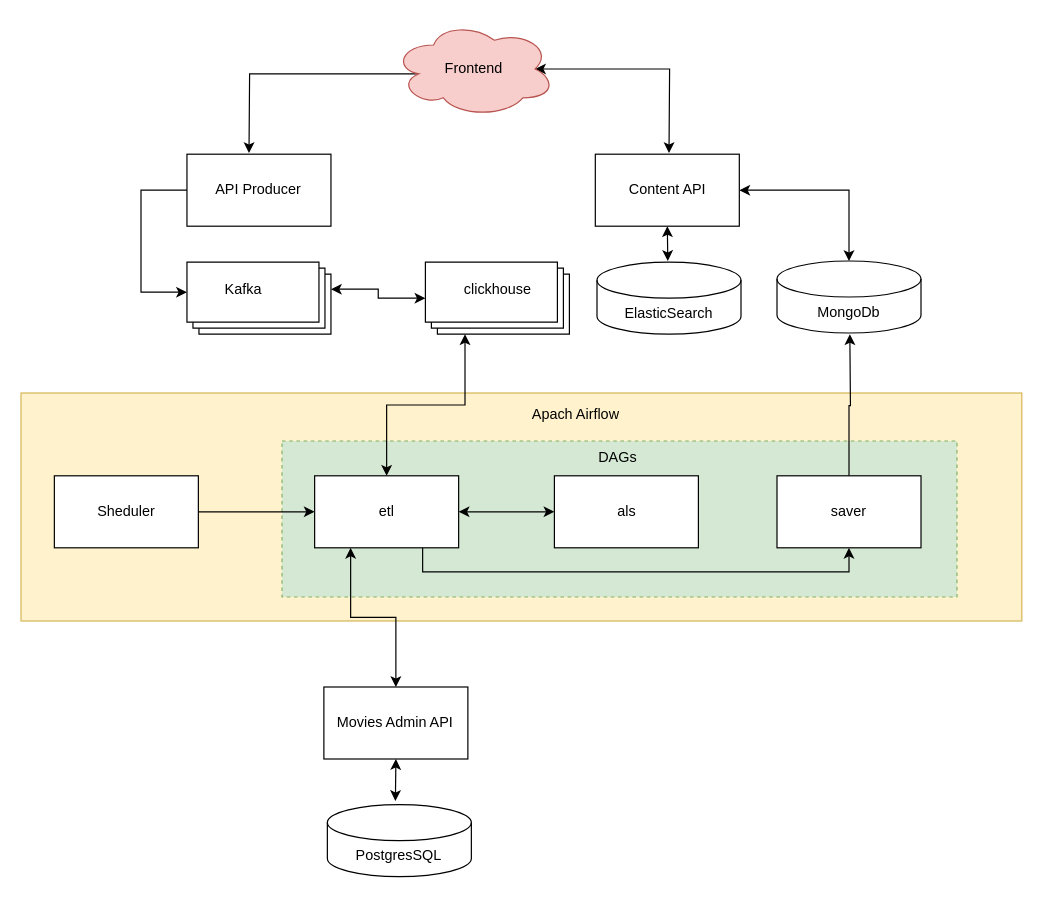
Before: schemas/common_schema.drawio in xh4vm/graduate_work, a draw.io diagram. Source tidied: cells renumbered, new cells numbered last; positions are measured from the earlier drawing's top-left corner, leaving out a move shared by most shapes. Both pictures are drawn from the tidied source at 120%, with x=0, y=0 at pixel (20, 20).
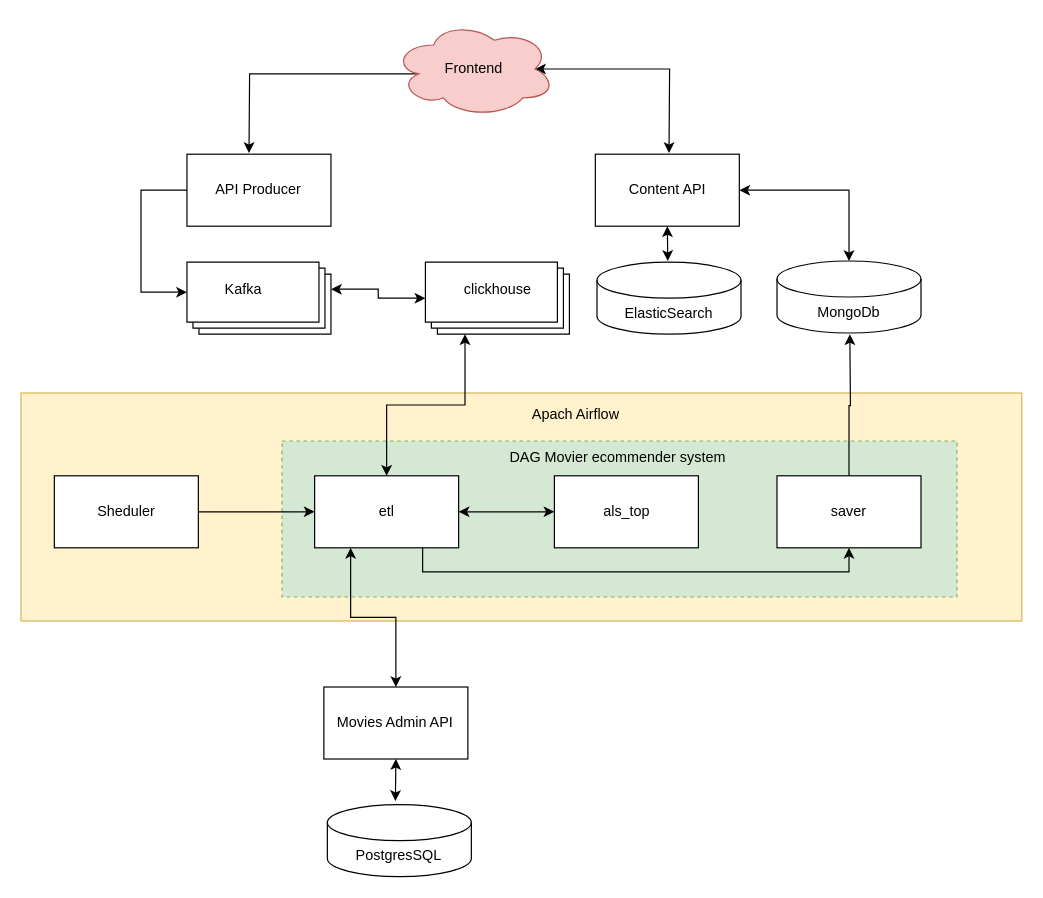
The same page after the edit.

The edit, as a diff of the source:
```diff
@@
-    <mxCell id="27" value="als" style="rounded=0;whiteSpace=wrap;html=1;" parent="1" vertex="1">
+    <mxCell id="27" value="als_top" style="rounded=0;whiteSpace=wrap;html=1;" parent="1" vertex="1">
       <mxGeometry x="444.5" y="379" width="120" height="60" as="geometry" />
     </mxCell>
-    <mxCell id="28" value="DAGs" style="text;html=1;align=center;verticalAlign=middle;strokeColor=none;fillColor=none;" parent="1" vertex="1">
-      <mxGeometry x="467" y="349" width="60" height="30" as="geometry" />
+    <mxCell id="28" value="DAG Movier ecommender system" style="text;html=1;align=center;verticalAlign=middle;strokeColor=none;fillColor=none;" parent="1" vertex="1">
+      <mxGeometry x="397" y="349" width="200" height="30" as="geometry" />
     </mxCell>
```
